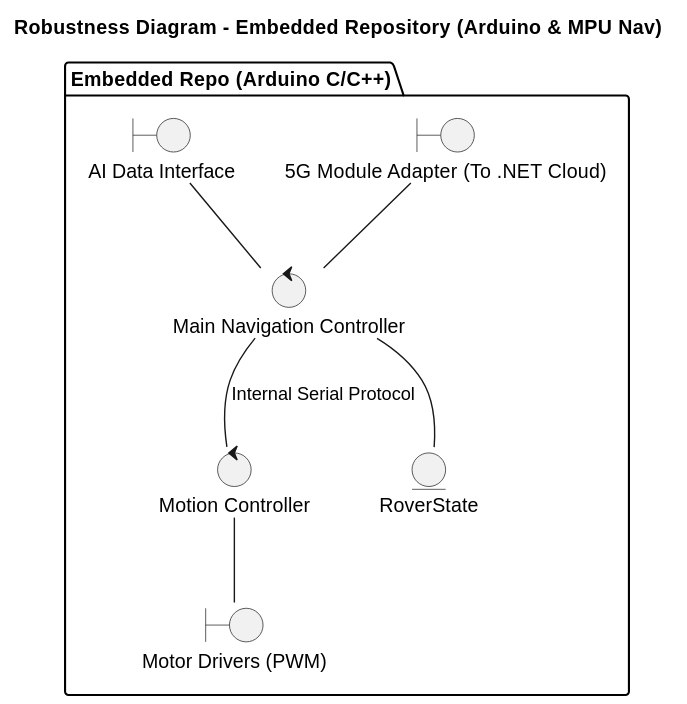
The PlantUML diagram docs/architecture/img/embedded_bce.svg in NOKIA-5G-SOS-Rover/Integrator, before a commit. Its diagram source:
```plantuml
@startuml
title Robustness Diagram - Embedded Repository (Arduino & MPU Nav)

skinparam backgroundColor white
skinparam componentStyle uml2

package "Embedded Repo (Arduino C/C++)" {
    boundary "5G Module Adapter (To .NET Cloud)" as 5GBnd
    boundary "Motor Drivers (PWM)" as MotorBnd
    boundary "AI Data Interface" as AIBnd

    control "Main Navigation Controller" as NavCtrl
    control "Motion Controller" as MotionCtrl

    entity "RoverState" as StateEnt

    5GBnd -- NavCtrl
    AIBnd -- NavCtrl
    NavCtrl -- StateEnt

    NavCtrl -- MotionCtrl : Internal Serial Protocol
    MotionCtrl -- MotorBnd
}
@enduml
```
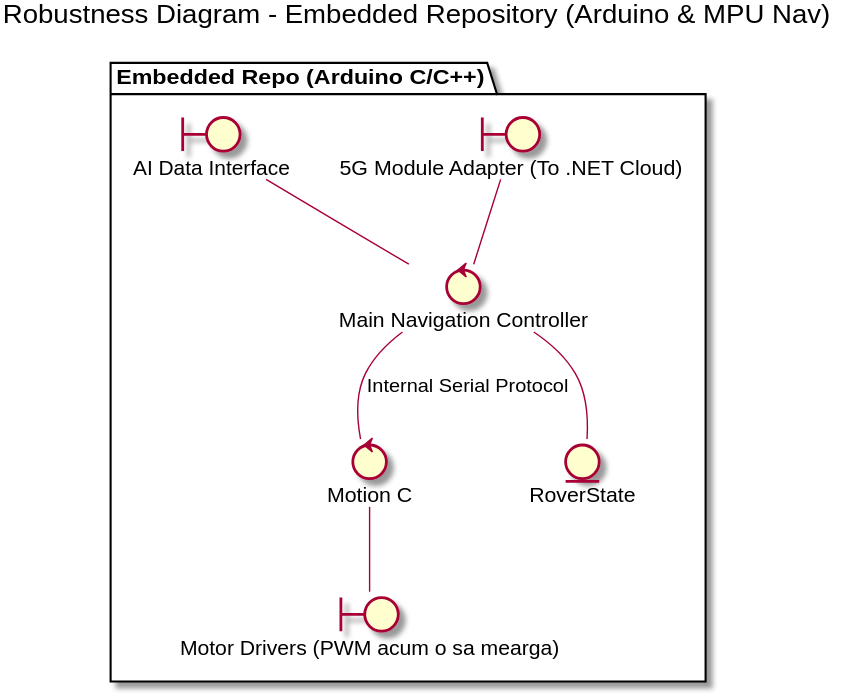
After the change.

What changed in the source:
```diff
@@ -1,4 +1,4 @@
-@startuml
+@startuml embedded_bce
 title Robustness Diagram - Embedded Repository (Arduino & MPU Nav)
 
 skinparam backgroundColor white
@@ -6,11 +6,11 @@
 
 package "Embedded Repo (Arduino C/C++)" {
     boundary "5G Module Adapter (To .NET Cloud)" as 5GBnd
-    boundary "Motor Drivers (PWM)" as MotorBnd
+    boundary "Motor Drivers (PWM acum o sa mearga)" as MotorBnd
     boundary "AI Data Interface" as AIBnd
 
     control "Main Navigation Controller" as NavCtrl
-    control "Motion Controller" as MotionCtrl
+    control "Motion C" as MotionCtrl
 
     entity "RoverState" as StateEnt
 
```
